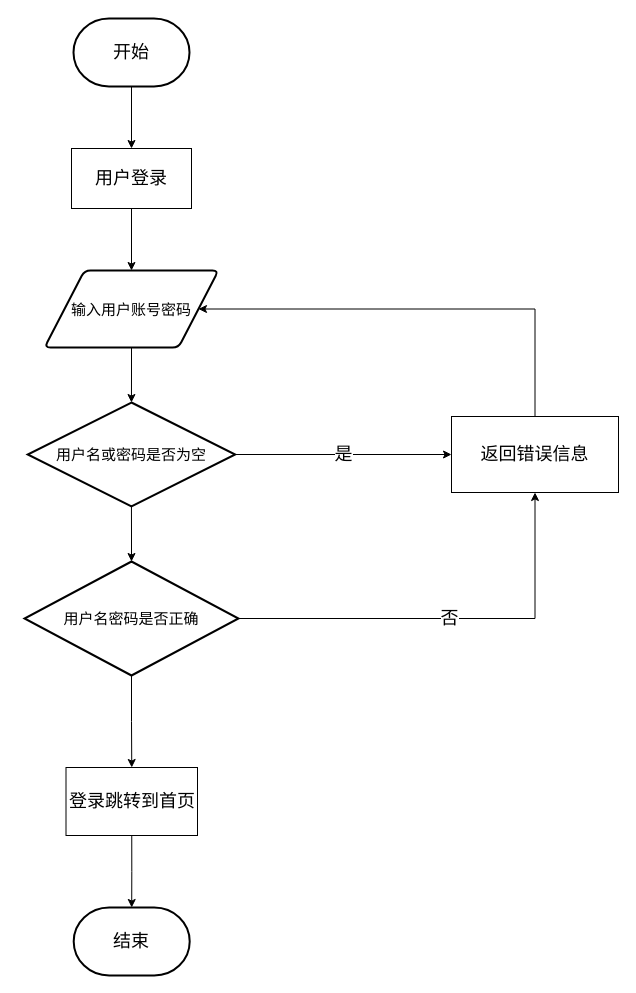
Before: 登录模块流程图.drawio in FanDoggie/github-slideshow, a draw.io diagram. Source tidied: cells renumbered, new cells numbered last; positions are measured from the earlier drawing's top-left corner, leaving out a move shared by most shapes. Both pictures are drawn from the tidied source at 100%, with x=0, y=0 at pixel (24, 18).
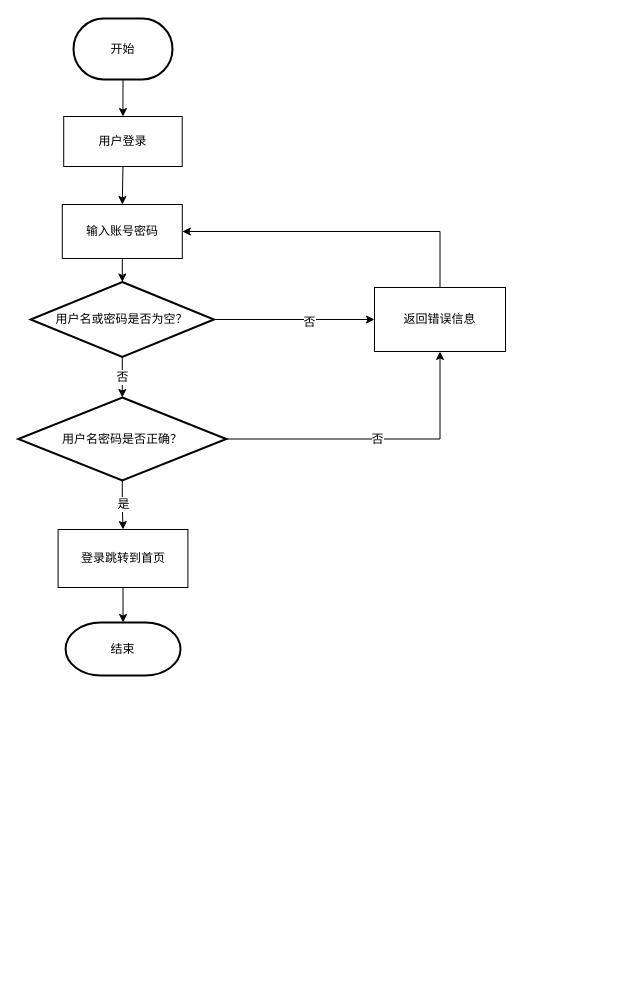
Above is the later version.

Commit message:
更新登录模块流程图.drawio

What changed in the source:
```diff
@@
-    <mxCell id="3" value="开始" style="strokeWidth=2;html=1;shape=mxgraph.flowchart.terminator;whiteSpace=wrap;fontSize=18;" parent="1" vertex="1">
-      <mxGeometry x="49" width="116" height="68" as="geometry" />
+    <mxCell id="3" value="开始" style="strokeWidth=2;html=1;shape=mxgraph.flowchart.terminator;whiteSpace=wrap;fontSize=12;" parent="1" vertex="1">
+      <mxGeometry x="49" width="99" height="61" as="geometry" />
     </mxCell>
-    <mxCell id="4" style="edgeStyle=orthogonalEdgeStyle;rounded=0;jettySize=auto;html=1;exitX=0.5;exitY=1;exitDx=0;exitDy=0;entryX=0.5;entryY=0;entryDx=0;entryDy=0;entryPerimeter=0;" parent="1" edge="1" source="5" target="10">
-      <mxGeometry relative="1" as="geometry" />
-    </mxCell>
-    <mxCell id="5" value="输入用户账号密码" style="shape=parallelogram;html=1;strokeWidth=2;perimeter=parallelogramPerimeter;whiteSpace=wrap;rounded=1;arcSize=12;size=0.23;fontSize=15;" parent="1" vertex="1">
-      <mxGeometry x="20" y="252" width="174" height="77" as="geometry" />
-    </mxCell>
-    <mxCell id="6" style="edgeStyle=orthogonalEdgeStyle;rounded=0;jettySize=auto;html=1;exitX=0.5;exitY=1;exitDx=0;exitDy=0;entryX=0.5;entryY=0;entryDx=0;entryDy=0;" parent="1" edge="1" source="7" target="5">
-      <mxGeometry relative="1" as="geometry" />
-    </mxCell>
+    <mxCell id="19" style="edgeStyle=orthogonalEdgeStyle;rounded=0;jettySize=auto;html=1;exitX=0.5;exitY=1;exitDx=0;exitDy=0;entryX=0.5;entryY=0;entryDx=0;entryDy=0;" parent="1" edge="1" source="7" target="23">
+      <mxGeometry relative="1" as="geometry" />
+    </mxCell>
-    <mxCell id="7" value="用户登录" style="rounded=0;whiteSpace=wrap;html=1;fontSize=18;" parent="1" vertex="1">
-      <mxGeometry x="47" y="130" width="120" height="60" as="geometry" />
+    <mxCell id="7" value="用户登录" style="rounded=0;whiteSpace=wrap;html=1;fontSize=12;" parent="1" vertex="1">
+      <mxGeometry x="39.2" y="98" width="118.5" height="50" as="geometry" />
     </mxCell>
-    <mxCell id="8" style="edgeStyle=orthogonalEdgeStyle;rounded=0;jettySize=auto;html=1;exitX=0.5;exitY=1;exitDx=0;exitDy=0;exitPerimeter=0;entryX=0.5;entryY=0;entryDx=0;entryDy=0;entryPerimeter=0;" parent="1" edge="1" source="10" target="13">
+    <mxCell id="8" value="否" style="edgeStyle=orthogonalEdgeStyle;rounded=0;jettySize=auto;html=1;exitX=0.5;exitY=1;exitDx=0;exitDy=0;exitPerimeter=0;entryX=0.5;entryY=0;entryDx=0;entryDy=0;entryPerimeter=0;fontSize=12;" parent="1" edge="1" source="10" target="13">
       <mxGeometry relative="1" as="geometry" />
     </mxCell>
-    <mxCell id="9" value="&lt;font style=&quot;font-size: 18px;&quot;&gt;是&lt;/font&gt;" style="edgeStyle=orthogonalEdgeStyle;rounded=0;jettySize=auto;html=1;exitX=1;exitY=0.5;exitDx=0;exitDy=0;exitPerimeter=0;entryX=0;entryY=0.5;entryDx=0;entryDy=0;" parent="1" edge="1" source="10" target="15">
+    <mxCell id="9" style="edgeStyle=orthogonalEdgeStyle;rounded=0;jettySize=auto;html=1;exitX=1;exitY=0.5;exitDx=0;exitDy=0;exitPerimeter=0;" parent="1" edge="1" source="10" target="15">
       <mxGeometry relative="1" as="geometry" />
     </mxCell>
+    <mxCell id="20" value="否" style="edgeLabel;html=1;align=center;verticalAlign=middle;fontSize=12;" parent="9" vertex="1">
+      <mxGeometry x="0.19" y="-2" relative="1" as="geometry" />
+    </mxCell>
-    <mxCell id="10" value="&lt;font style=&quot;font-size: 15px;&quot;&gt;用户名或密码是否为空&lt;/font&gt;" style="strokeWidth=2;html=1;shape=mxgraph.flowchart.decision;whiteSpace=wrap;" parent="1" vertex="1">
-      <mxGeometry x="3.2" y="384" width="207.5" height="104" as="geometry" />
+    <mxCell id="10" value="&lt;font style=&quot;font-size: 12px;&quot;&gt;用户名或密码是否为空？&lt;/font&gt;" style="strokeWidth=2;html=1;shape=mxgraph.flowchart.decision;whiteSpace=wrap;fontSize=12;" parent="1" vertex="1">
+      <mxGeometry x="6.1" y="263.5" width="183.4" height="75" as="geometry" />
     </mxCell>
+    <mxCell id="12" value="是" style="edgeStyle=orthogonalEdgeStyle;rounded=0;jettySize=auto;html=1;exitX=0.5;exitY=1;exitDx=0;exitDy=0;exitPerimeter=0;entryX=0.5;entryY=0;entryDx=0;entryDy=0;fontSize=12;" parent="1" edge="1" source="13" target="17">
+      <mxGeometry relative="1" as="geometry" />
+    </mxCell>
-    <mxCell id="11" value="否" style="edgeStyle=orthogonalEdgeStyle;rounded=0;jettySize=auto;html=1;exitX=1;exitY=0.5;exitDx=0;exitDy=0;exitPerimeter=0;entryX=0.5;entryY=1;entryDx=0;entryDy=0;fontSize=18;" parent="1" edge="1" source="13" target="15">
+    <mxCell id="11" value="否" style="edgeStyle=orthogonalEdgeStyle;rounded=0;jettySize=auto;html=1;exitX=1;exitY=0.5;exitDx=0;exitDy=0;exitPerimeter=0;entryX=0.5;entryY=1;entryDx=0;entryDy=0;fontSize=12;" parent="1" edge="1" source="13" target="15">
       <mxGeometry relative="1" as="geometry" />
     </mxCell>
-    <mxCell id="12" style="edgeStyle=orthogonalEdgeStyle;rounded=0;jettySize=auto;html=1;exitX=0.5;exitY=1;exitDx=0;exitDy=0;exitPerimeter=0;entryX=0.5;entryY=0;entryDx=0;entryDy=0;" parent="1" edge="1" source="13" target="17">
-      <mxGeometry relative="1" as="geometry" />
-    </mxCell>
-    <mxCell id="13" value="&lt;font style=&quot;font-size: 15px;&quot;&gt;用户名密码是否正确&lt;/font&gt;" style="strokeWidth=2;html=1;shape=mxgraph.flowchart.decision;whiteSpace=wrap;" parent="1" vertex="1">
-      <mxGeometry y="543" width="214" height="114" as="geometry" />
+    <mxCell id="13" value="&lt;font style=&quot;font-size: 12px;&quot;&gt;用户名密码是否正确？&lt;/font&gt;" style="strokeWidth=2;html=1;shape=mxgraph.flowchart.decision;whiteSpace=wrap;fontSize=12;" parent="1" vertex="1">
+      <mxGeometry x="-6.2" y="379" width="208" height="83" as="geometry" />
     </mxCell>
-    <mxCell id="14" style="edgeStyle=orthogonalEdgeStyle;rounded=0;jettySize=auto;html=1;exitX=0.5;exitY=0;exitDx=0;exitDy=0;entryX=1;entryY=0.5;entryDx=0;entryDy=0;" parent="1" edge="1" source="15" target="5">
-      <mxGeometry relative="1" as="geometry">
-        <Array as="points">
-          <mxPoint x="511" y="291" />
-        </Array>
-      </mxGeometry>
-    </mxCell>
+    <mxCell id="21" style="edgeStyle=orthogonalEdgeStyle;rounded=0;jettySize=auto;html=1;exitX=0.5;exitY=0;exitDx=0;exitDy=0;entryX=1;entryY=0.5;entryDx=0;entryDy=0;" parent="1" edge="1" source="15" target="23">
+      <mxGeometry relative="1" as="geometry" />
+    </mxCell>
-    <mxCell id="15" value="返回错误信息" style="rounded=0;whiteSpace=wrap;html=1;fontSize=18;" parent="1" vertex="1">
-      <mxGeometry x="427" y="398" width="167" height="76" as="geometry" />
+    <mxCell id="15" value="返回错误信息" style="rounded=0;whiteSpace=wrap;html=1;fontSize=12;" parent="1" vertex="1">
+      <mxGeometry x="350" y="269" width="131" height="64" as="geometry" />
     </mxCell>
@@
-    <mxCell id="17" value="登录跳转到首页" style="rounded=0;whiteSpace=wrap;html=1;fontSize=18;" parent="1" vertex="1">
-      <mxGeometry x="41.5" y="749" width="131.5" height="68" as="geometry" />
+    <mxCell id="17" value="登录跳转到首页" style="rounded=0;whiteSpace=wrap;html=1;fontSize=12;" parent="1" vertex="1">
+      <mxGeometry x="33.6" y="511" width="129.8" height="58" as="geometry" />
     </mxCell>
-    <mxCell id="18" value="结束" style="strokeWidth=2;html=1;shape=mxgraph.flowchart.terminator;whiteSpace=wrap;fontSize=18;" parent="1" vertex="1">
-      <mxGeometry x="49.2" y="889" width="116" height="68" as="geometry" />
+    <mxCell id="18" value="结束" style="strokeWidth=2;html=1;shape=mxgraph.flowchart.terminator;whiteSpace=wrap;fontSize=12;" parent="1" vertex="1">
+      <mxGeometry x="41.1" y="604" width="114.9" height="53" as="geometry" />
     </mxCell>
+    <mxCell id="22" style="edgeStyle=orthogonalEdgeStyle;rounded=0;jettySize=auto;html=1;exitX=0.5;exitY=1;exitDx=0;exitDy=0;entryX=0.5;entryY=0;entryDx=0;entryDy=0;entryPerimeter=0;" parent="1" edge="1" source="23" target="10">
+      <mxGeometry relative="1" as="geometry" />
+    </mxCell>
+    <mxCell id="23" value="输入账号密码" style="rounded=0;whiteSpace=wrap;html=1;fontSize=12;" parent="1" vertex="1">
+      <mxGeometry x="37.8" y="186" width="120" height="54" as="geometry" />
+    </mxCell>
```
